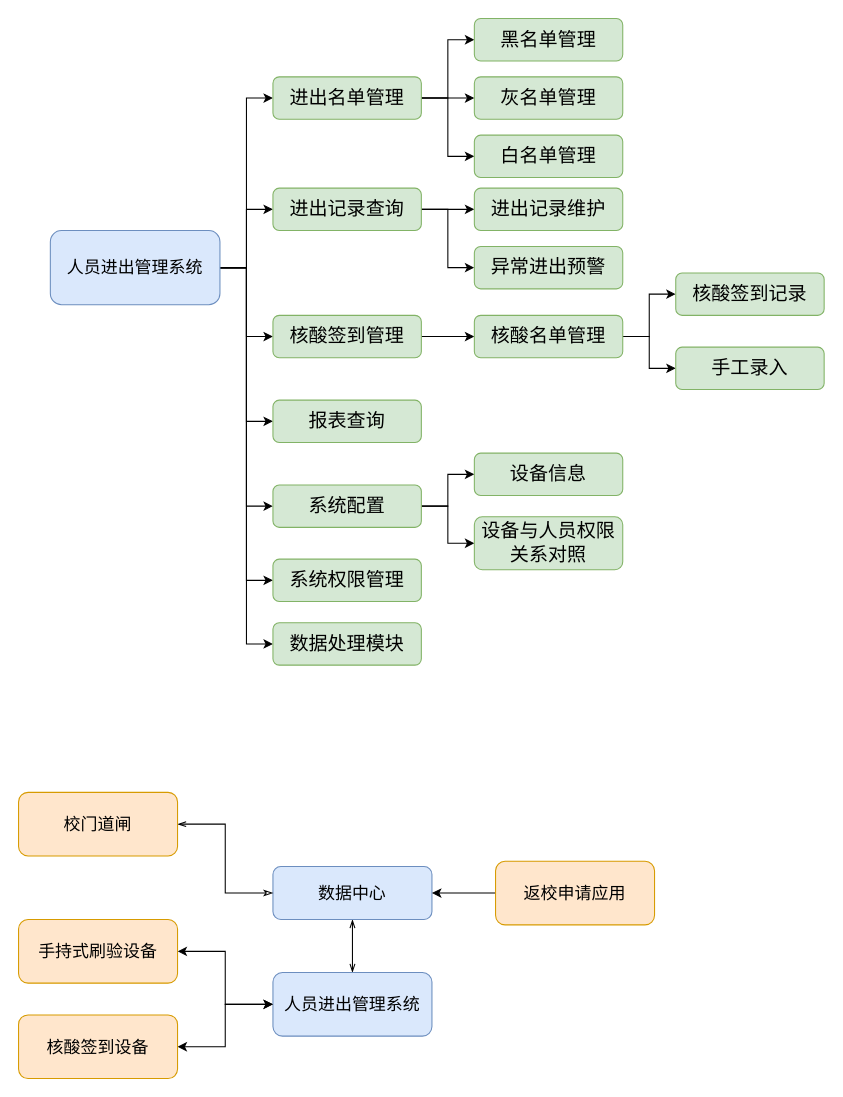
The draw.io diagram 校园人员进出管理系统.drawio in redcomet88/DRAW, before the edit. Source tidied: cells renumbered, new cells numbered last; positions are measured from the earlier drawing's top-left corner, leaving out a move shared by most shapes. Both pictures are drawn from the tidied source at 106%, with x=0, y=0 at pixel (18, 18).
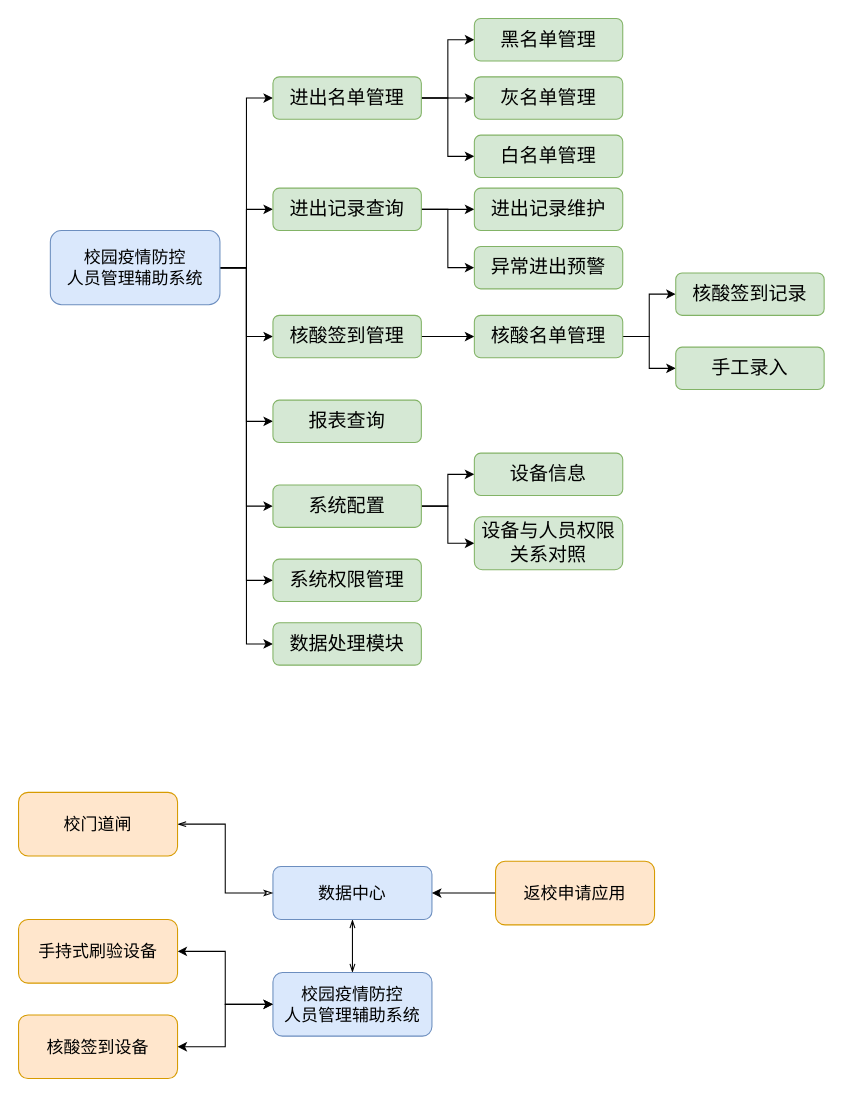
The same diagram, later.

Commit message:
Update 校园人员进出管理系统.drawio

Change to the diagram source:
```diff
@@
-    <mxCell id="9" value="人员进出管理系统" style="rounded=1;whiteSpace=wrap;html=1;fontSize=16;fillColor=#dae8fc;strokeColor=#6c8ebf;" parent="1" vertex="1">
+    <mxCell id="9" value="校园疫情防控&lt;br&gt;人员管理辅助系统" style="rounded=1;whiteSpace=wrap;html=1;fontSize=16;fillColor=#dae8fc;strokeColor=#6c8ebf;" parent="1" vertex="1">
       <mxGeometry x="30" y="200" width="160" height="70" as="geometry" />
     </mxCell>
@@
-    <mxCell id="30" value="人员进出管理系统" style="rounded=1;whiteSpace=wrap;html=1;fontSize=16;fillColor=#dae8fc;strokeColor=#6c8ebf;" parent="1" vertex="1">
+    <mxCell id="30" value="校园疫情防控&lt;br&gt;人员管理辅助系统" style="rounded=1;whiteSpace=wrap;html=1;fontSize=16;fillColor=#dae8fc;strokeColor=#6c8ebf;" parent="1" vertex="1">
       <mxGeometry x="240" y="900" width="150" height="60" as="geometry" />
     </mxCell>
```
